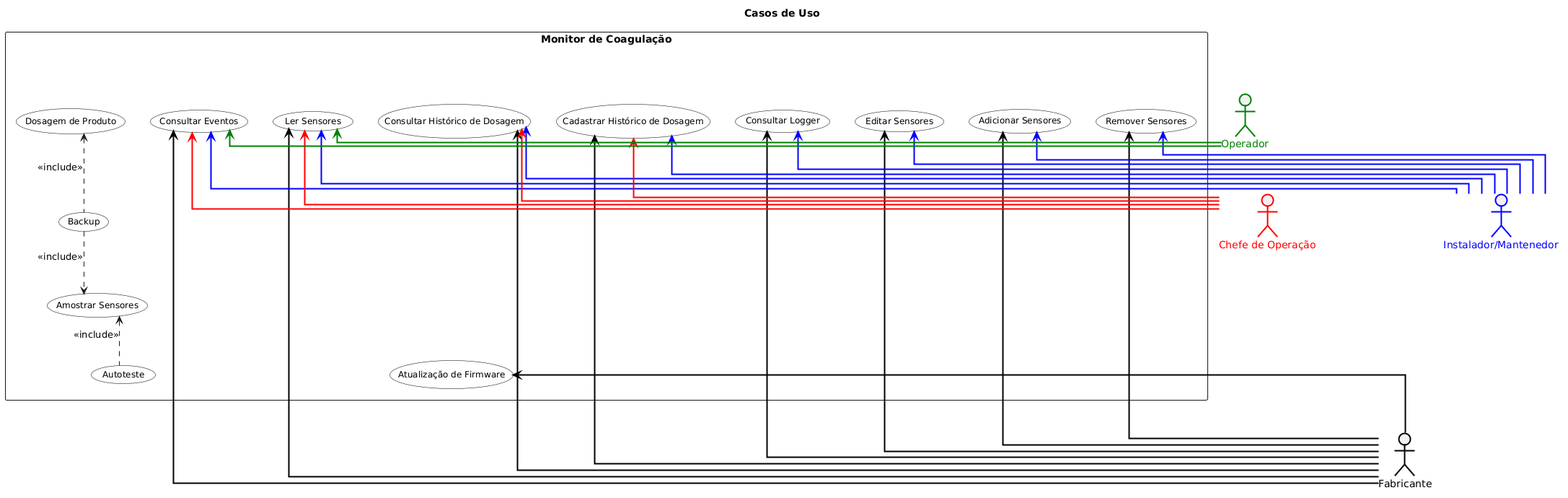
Above: Documentação Monitor/Caso de uso.png in Monique-HidroSolo/plantuml (PlantUML), before the change.
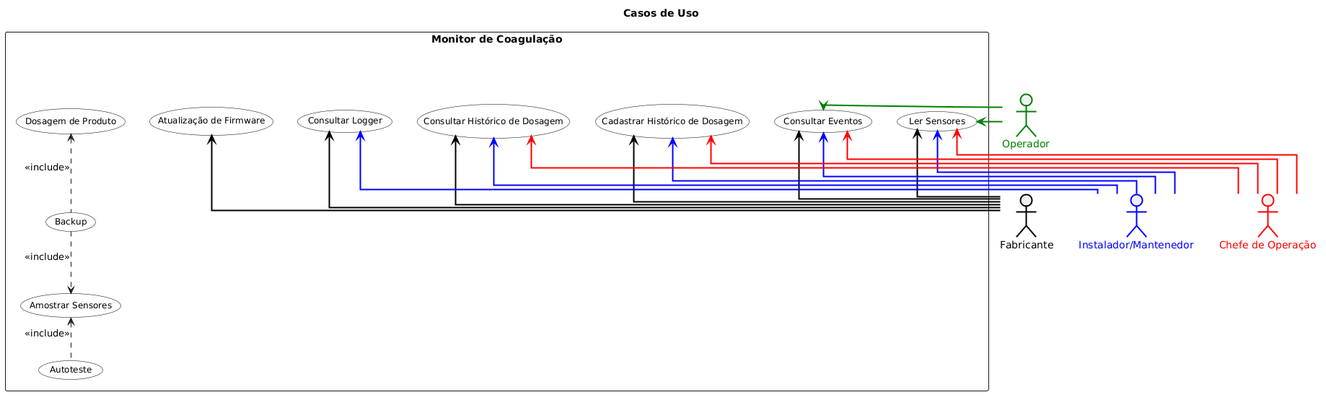
Above is the later version.

Commit message:
Atualização caso de uso

Change to the diagram source:
```diff
@@ -18,9 +18,6 @@
 rectangle "Monitor de Coagulação\n\n\n\n"  {
   usecase "Cadastrar Histórico de Dosagem" as CHD
   usecase "Consultar Histórico de Dosagem" as CoHD
-  usecase "Remover Sensores" as RS
-  usecase "Adicionar Sensores" as ADS
-  usecase "Editar Sensores" as ES
   usecase "Consultar Logger" as CL
   usecase "Consultar Eventos" as CE
   usecase "Ler Sensores" as LS
@@ -31,6 +28,7 @@
   usecase "Atualização de Firmware" as AF
 }
 
+
 !define F_LINK(x) F -up-> x #line:black;line.bold;text:black
 !define M_LINK(x) M -up-> x #line:blue;line.bold;text:blue
 !define O_LINK(x) O -left-> x #line:green;line.bold;text:green
@@ -40,9 +38,6 @@
 
 F_LINK(CHD)
 F_LINK(CoHD)
-F_LINK(RS)
-F_LINK(ADS)
-F_LINK(ES)
 F_LINK(AF)
 F_LINK(CL)
 F_LINK(CE)
@@ -50,9 +45,6 @@
 
 M_LINK(CoHD)
 M_LINK(CHD)
-M_LINK(RS)
-M_LINK(ADS)
-M_LINK(ES)
 M_LINK(CL)
 M_LINK(CE)
 M_LINK(LS)
@@ -68,6 +60,4 @@
 INCLUDE_LINK(B,AS,down)
 INCLUDE_LINK(B,DP,up)
 INCLUDE_LINK(AT, AS, up)
-
-AT -[hidden]right-> AF
 @enduml
```
